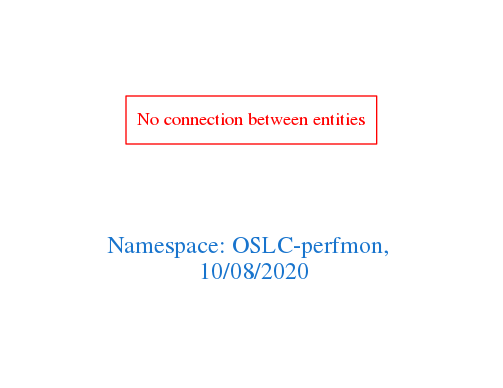
The Graphviz diagram downloads/OSLC-perfmon.png in arago/OGIT, before a commit. Its source is kept beside it as downloads/OSLC-perfmon.dot.
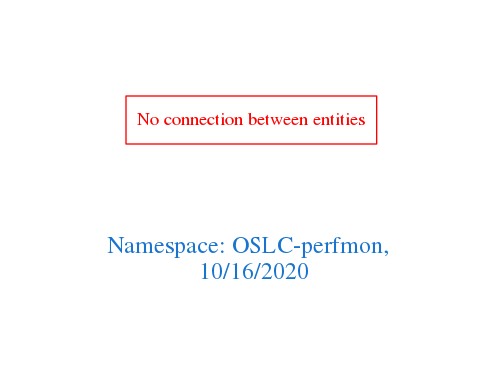
After the change.

Change to the diagram source:
```diff
@@ -1,7 +1,7 @@
 digraph OGIT_ontology {
  graph [ rankdir= LR,pad=1
 fontsize = 18,
-fontcolor= dodgerblue3,label = "\n\n\nNamespace: OSLC-perfmon, \n 10/08/2020"];
+fontcolor= dodgerblue3,label = "\n\n\nNamespace: OSLC-perfmon, \n 10/16/2020"];
 node[shape=polygon];
 edge [  color="gray81"];
 
```
